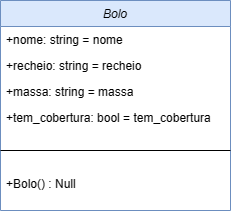
Earlier version of the draw.io export Diagrama1.png (Joaobcamargos/POO-Python-Java). Source tidied: cells renumbered, new cells last; positions are measured from the earlier drawing's top-left corner, leaving out a move shared by most shapes.
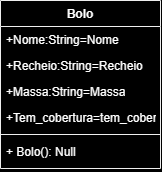
After the change.

Diff of the diagram source:
```diff
@@ -1,27 +1,27 @@
-<mxGraphModel>
+<mxGraphModel background="#000000">
   <root>
     <mxCell id="0" />
     <mxCell id="1" parent="0" />
-    <mxCell id="2" value="Bolo" style="swimlane;fontStyle=2;align=center;verticalAlign=top;horizontal=1;startSize=26;rounded=0;shadow=0;strokeWidth=1;fillColor=#DAE8FC;strokeColor=#6c8ebf;" parent="1" vertex="1">
-      <mxGeometry width="230" height="210" as="geometry" />
+    <mxCell id="2" value="Bolo" style="swimlane;fontStyle=1;align=center;verticalAlign=top;horizontal=1;startSize=26;whiteSpace=wrap;html=1;strokeColor=#EEEEEE;fontColor=#FFFFFF;fillColor=#000000;" parent="1" vertex="1">
+      <mxGeometry width="160" height="168" as="geometry" />
     </mxCell>
-    <mxCell id="3" value="+nome: string = nome" style="text;align=left;verticalAlign=top;spacingLeft=4;spacingRight=4;overflow=hidden;" parent="2" vertex="1">
-      <mxGeometry y="26" width="230" height="26" as="geometry" />
-    </mxCell>
-    <mxCell id="4" value="+recheio: string = recheio&#10;" style="text;align=left;verticalAlign=top;spacingLeft=4;spacingRight=4;overflow=hidden;rounded=0;shadow=0;html=0;" parent="2" vertex="1">
-      <mxGeometry y="52" width="230" height="26" as="geometry" />
-    </mxCell>
-    <mxCell id="5" value="+massa: string = massa&#10;" style="text;align=left;verticalAlign=top;spacingLeft=4;spacingRight=4;overflow=hidden;rounded=0;shadow=0;html=0;" parent="2" vertex="1">
-      <mxGeometry y="78" width="230" height="26" as="geometry" />
-    </mxCell>
-    <mxCell id="6" value="+tem_cobertura: bool = tem_cobertura&#10;" style="text;align=left;verticalAlign=top;spacingLeft=4;spacingRight=4;overflow=hidden;rounded=0;shadow=0;html=0;" parent="2" vertex="1">
-      <mxGeometry y="104" width="230" height="26" as="geometry" />
-    </mxCell>
-    <mxCell id="7" style="line;html=1;strokeWidth=1;align=left;verticalAlign=middle;spacingTop=-1;spacingLeft=3;spacingRight=3;labelPosition=right;" parent="2" vertex="1">
-      <mxGeometry y="130" width="230" height="40" as="geometry" />
-    </mxCell>
-    <mxCell id="8" value="+Bolo() : Null" style="text;align=left;verticalAlign=top;spacingLeft=4;spacingRight=4;overflow=hidden;rounded=0;shadow=0;html=0;" parent="2" vertex="1">
-      <mxGeometry y="170" width="230" height="20" as="geometry" />
-    </mxCell>
+    <mxCell id="9" value="+Nome:String=Nome&lt;div&gt;&lt;br&gt;&lt;/div&gt;" style="text;strokeColor=none;fillColor=none;align=left;verticalAlign=top;spacingLeft=4;spacingRight=4;overflow=hidden;whiteSpace=wrap;html=1;fontColor=#FFFFFF;" parent="2" vertex="1">
+      <mxGeometry y="26" width="160" height="26" as="geometry" />
+    </mxCell>
+    <mxCell id="10" value="+Recheio:String=Recheio&lt;div&gt;&lt;br&gt;&lt;/div&gt;" style="text;strokeColor=none;fillColor=none;align=left;verticalAlign=top;spacingLeft=4;spacingRight=4;overflow=hidden;whiteSpace=wrap;html=1;fontColor=#FFFFFF;" parent="2" vertex="1">
+      <mxGeometry y="52" width="160" height="26" as="geometry" />
+    </mxCell>
+    <mxCell id="11" value="+Massa:String=Massa&lt;div&gt;&lt;br&gt;&lt;/div&gt;" style="text;strokeColor=none;fillColor=none;align=left;verticalAlign=top;spacingLeft=4;spacingRight=4;overflow=hidden;whiteSpace=wrap;html=1;fontColor=#FFFFFF;" parent="2" vertex="1">
+      <mxGeometry y="78" width="160" height="26" as="geometry" />
+    </mxCell>
+    <mxCell id="12" value="&lt;div&gt;+Tem_cobertura=tem_cobertura&lt;/div&gt;" style="text;strokeColor=none;fillColor=none;align=left;verticalAlign=top;spacingLeft=4;spacingRight=4;overflow=hidden;whiteSpace=wrap;html=1;fontColor=#FFFFFF;" parent="2" vertex="1">
+      <mxGeometry y="104" width="160" height="26" as="geometry" />
+    </mxCell>
+    <mxCell id="13" style="line;strokeWidth=1;fillColor=none;align=left;verticalAlign=middle;spacingTop=-1;spacingLeft=3;spacingRight=3;labelPosition=right;strokeColor=inherit;fontColor=#FFFFFF;" parent="2" vertex="1">
+      <mxGeometry y="130" width="160" height="8" as="geometry" />
+    </mxCell>
+    <mxCell id="14" value="+ Bolo(): Null" style="text;strokeColor=none;fillColor=none;align=left;verticalAlign=top;spacingLeft=4;spacingRight=4;overflow=hidden;whiteSpace=wrap;html=1;fontColor=#FFFFFF;" parent="2" vertex="1">
+      <mxGeometry y="138" width="160" height="30" as="geometry" />
+    </mxCell>
   </root>
 </mxGraphModel>
```
